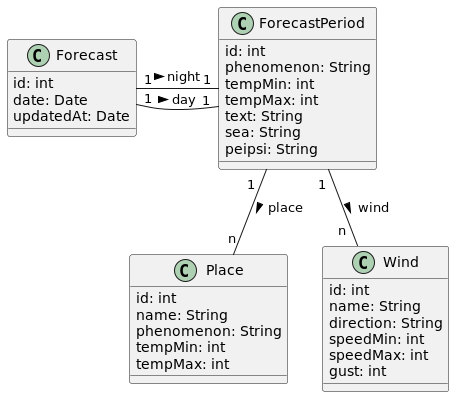
Above: docs/backend-classes.png in chaosrun/estonian-weather (PlantUML), before the change.
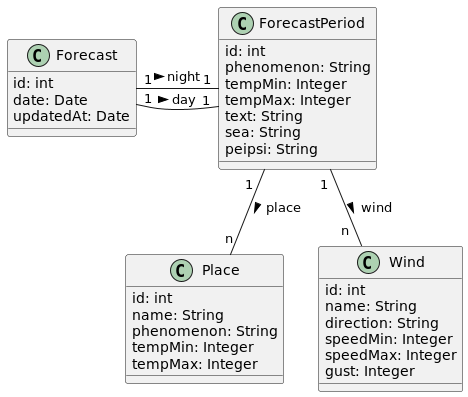
The same file after the commit.

Commit message:
Adjust model (int -> Integer)

What changed in the source:
```diff
@@ -9,8 +9,8 @@
 class ForecastPeriod {
     id: int
     phenomenon: String
-    tempMin: int
-    tempMax: int
+    tempMin: Integer
+    tempMax: Integer
     text: String
     sea: String
     peipsi: String
@@ -20,17 +20,17 @@
     id: int
     name: String
     phenomenon: String
-    tempMin: int
-    tempMax: int
+    tempMin: Integer
+    tempMax: Integer
 }
 
 class Wind {
     id: int
     name: String
     direction: String
-    speedMin: int
-    speedMax: int
-    gust: int
+    speedMin: Integer
+    speedMax: Integer
+    gust: Integer
 }
 
 Forecast "1" - "1" ForecastPeriod : night >
```
